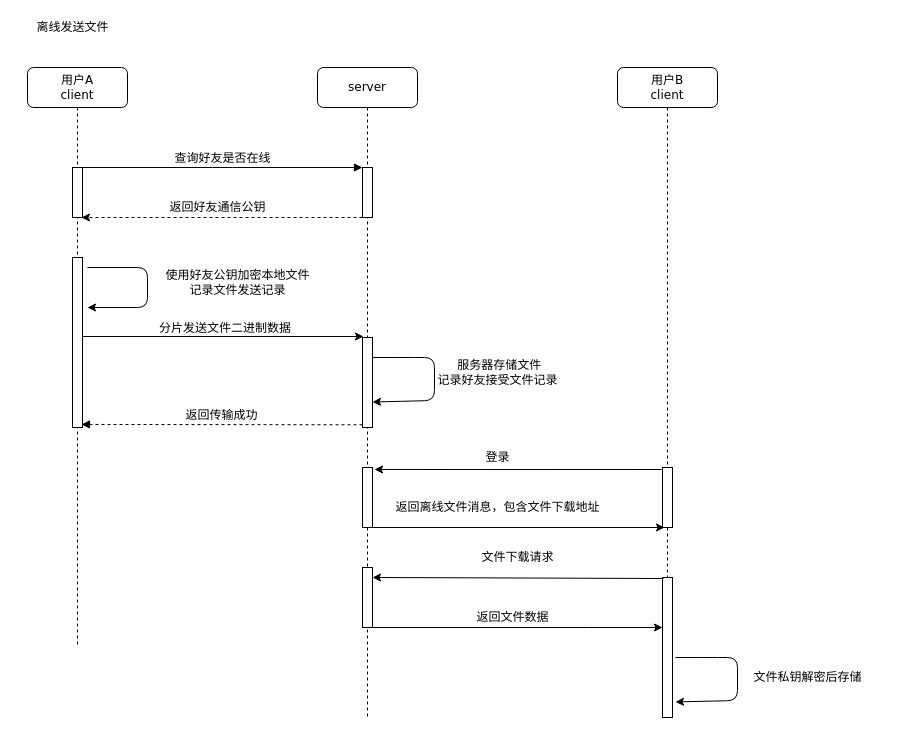
The draw.io diagram 离线时序图.drawio in Whistle1988/code, before the edit. Source tidied: cells renumbered, new cells numbered last; positions are measured from the earlier drawing's top-left corner, leaving out a move shared by most shapes. Both pictures are drawn from the tidied source at 100%, with x=0, y=0 at pixel (27, 17).
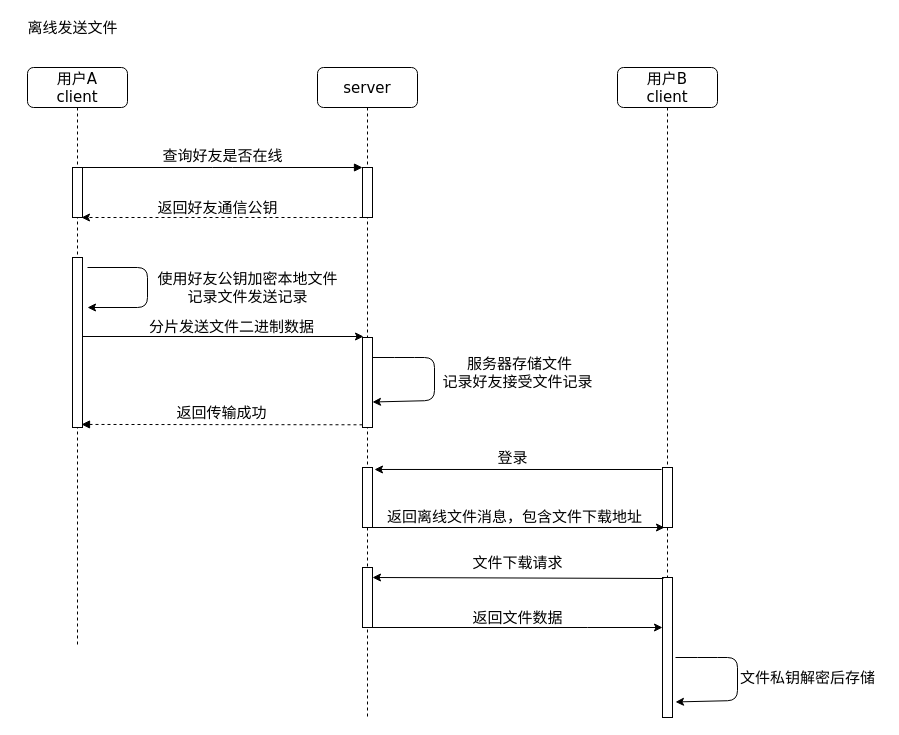
The same page after the edit.

Commit message:
Update 离线时序图.drawio

The edit, as a diff of the source:
```diff
@@
-    <mxCell id="2" value="server" style="shape=umlLifeline;perimeter=lifelinePerimeter;whiteSpace=wrap;html=1;rounded=1;shadow=0;comic=0;labelBackgroundColor=none;strokeWidth=1;fontFamily=Verdana;fontSize=12;align=center;" parent="1" vertex="1">
+    <mxCell id="2" value="server" style="shape=umlLifeline;perimeter=lifelinePerimeter;whiteSpace=wrap;html=1;rounded=1;shadow=0;comic=0;labelBackgroundColor=none;strokeWidth=1;fontFamily=Verdana;fontSize=15;align=center;" parent="1" vertex="1">
       <mxGeometry x="290" y="50" width="100" height="650" as="geometry" />
     </mxCell>
-    <mxCell id="3" style="html=1;points=[];perimeter=orthogonalPerimeter;rounded=0;shadow=0;comic=0;labelBackgroundColor=none;strokeWidth=1;fontFamily=Verdana;fontSize=12;align=center;" parent="2" vertex="1">
+    <mxCell id="3" style="html=1;points=[];perimeter=orthogonalPerimeter;rounded=0;shadow=0;comic=0;labelBackgroundColor=none;strokeWidth=1;fontFamily=Verdana;fontSize=15;align=center;" parent="2" vertex="1">
       <mxGeometry x="45" y="100" width="10" height="50" as="geometry" />
     </mxCell>
-    <mxCell id="4" style="html=1;points=[];perimeter=orthogonalPerimeter;rounded=0;shadow=0;comic=0;labelBackgroundColor=none;strokeWidth=1;fontFamily=Verdana;fontSize=12;align=center;" parent="2" vertex="1">
+    <mxCell id="4" style="html=1;points=[];perimeter=orthogonalPerimeter;rounded=0;shadow=0;comic=0;labelBackgroundColor=none;strokeWidth=1;fontFamily=Verdana;fontSize=15;align=center;" parent="2" vertex="1">
       <mxGeometry x="45" y="270" width="10" height="90" as="geometry" />
     </mxCell>
-    <mxCell id="5" style="html=1;points=[];perimeter=orthogonalPerimeter;rounded=0;shadow=0;comic=0;labelBackgroundColor=none;strokeWidth=1;fontFamily=Verdana;fontSize=12;align=center;" parent="2" vertex="1">
+    <mxCell id="5" style="html=1;points=[];perimeter=orthogonalPerimeter;rounded=0;shadow=0;comic=0;labelBackgroundColor=none;strokeWidth=1;fontFamily=Verdana;fontSize=15;align=center;" parent="2" vertex="1">
       <mxGeometry x="45" y="400" width="10" height="60" as="geometry" />
     </mxCell>
-    <mxCell id="6" value="用户B&lt;br&gt;client" style="shape=umlLifeline;perimeter=lifelinePerimeter;whiteSpace=wrap;html=1;rounded=1;shadow=0;comic=0;labelBackgroundColor=none;strokeWidth=1;fontFamily=Verdana;fontSize=12;align=center;" parent="1" vertex="1">
+    <mxCell id="6" value="用户B&lt;br style=&quot;font-size: 15px;&quot;&gt;client" style="shape=umlLifeline;perimeter=lifelinePerimeter;whiteSpace=wrap;html=1;rounded=1;shadow=0;comic=0;labelBackgroundColor=none;strokeWidth=1;fontFamily=Verdana;fontSize=15;align=center;" parent="1" vertex="1">
       <mxGeometry x="590" y="50" width="100" height="610" as="geometry" />
     </mxCell>
-    <mxCell id="7" style="html=1;points=[];perimeter=orthogonalPerimeter;rounded=0;shadow=0;comic=0;labelBackgroundColor=none;strokeWidth=1;fontFamily=Verdana;fontSize=12;align=center;" parent="6" vertex="1">
+    <mxCell id="7" style="html=1;points=[];perimeter=orthogonalPerimeter;rounded=0;shadow=0;comic=0;labelBackgroundColor=none;strokeWidth=1;fontFamily=Verdana;fontSize=15;align=center;" parent="6" vertex="1">
       <mxGeometry x="45" y="400" width="10" height="60" as="geometry" />
     </mxCell>
-    <mxCell id="8" value="用户A&lt;br&gt;client" style="shape=umlLifeline;perimeter=lifelinePerimeter;whiteSpace=wrap;html=1;rounded=1;shadow=0;comic=0;labelBackgroundColor=none;strokeWidth=1;fontFamily=Verdana;fontSize=12;align=center;" parent="1" vertex="1">
+    <mxCell id="8" value="用户A&lt;br style=&quot;font-size: 15px;&quot;&gt;client" style="shape=umlLifeline;perimeter=lifelinePerimeter;whiteSpace=wrap;html=1;rounded=1;shadow=0;comic=0;labelBackgroundColor=none;strokeWidth=1;fontFamily=Verdana;fontSize=15;align=center;" parent="1" vertex="1">
       <mxGeometry y="50" width="100" height="580" as="geometry" />
     </mxCell>
-    <mxCell id="9" style="html=1;points=[];perimeter=orthogonalPerimeter;rounded=0;shadow=0;comic=0;labelBackgroundColor=none;strokeWidth=1;fontFamily=Verdana;fontSize=12;align=center;" parent="8" vertex="1">
+    <mxCell id="9" style="html=1;points=[];perimeter=orthogonalPerimeter;rounded=0;shadow=0;comic=0;labelBackgroundColor=none;strokeWidth=1;fontFamily=Verdana;fontSize=15;align=center;" parent="8" vertex="1">
       <mxGeometry x="45" y="100" width="10" height="50" as="geometry" />
     </mxCell>
-    <mxCell id="10" style="html=1;points=[];perimeter=orthogonalPerimeter;rounded=0;shadow=0;comic=0;labelBackgroundColor=none;strokeWidth=1;fontFamily=Verdana;fontSize=12;align=center;" parent="8" vertex="1">
+    <mxCell id="10" style="html=1;points=[];perimeter=orthogonalPerimeter;rounded=0;shadow=0;comic=0;labelBackgroundColor=none;strokeWidth=1;fontFamily=Verdana;fontSize=15;align=center;" parent="8" vertex="1">
       <mxGeometry x="45" y="190" width="10" height="170" as="geometry" />
     </mxCell>
-    <mxCell id="11" value="查询好友是否在线" style="html=1;verticalAlign=bottom;endArrow=block;entryX=0;entryY=0;labelBackgroundColor=none;fontFamily=Verdana;fontSize=12;edgeStyle=elbowEdgeStyle;elbow=vertical;" parent="1" edge="1" source="9" target="3">
+    <mxCell id="11" value="查询好友是否在线" style="html=1;verticalAlign=bottom;endArrow=block;entryX=0;entryY=0;labelBackgroundColor=none;fontFamily=Verdana;fontSize=15;edgeStyle=elbowEdgeStyle;elbow=vertical;" parent="1" edge="1" source="9" target="3">
       <mxGeometry relative="1" as="geometry" />
     </mxCell>
-    <mxCell id="12" value="离线发送文件" style="text;html=1;align=center;verticalAlign=middle;" parent="1" vertex="1">
-      <mxGeometry width="90" height="20" as="geometry" />
+    <mxCell id="12" value="离线发送文件" style="text;html=1;align=center;verticalAlign=middle;fontSize=15;" parent="1" vertex="1">
+      <mxGeometry x="-10" width="110" height="20" as="geometry" />
     </mxCell>
-    <mxCell id="13" style="edgeStyle=orthogonalEdgeStyle;rounded=0;jettySize=auto;html=1;dashed=1;" parent="1" edge="1" source="3">
+    <mxCell id="13" style="edgeStyle=orthogonalEdgeStyle;rounded=0;jettySize=auto;html=1;dashed=1;fontSize=15;" parent="1" edge="1" source="3">
       <mxGeometry relative="1" as="geometry">
         <mxPoint x="54" y="200" as="targetPoint" />
         <Array as="points">
           <mxPoint x="280" y="200" />
           <mxPoint x="280" y="200" />
         </Array>
       </mxGeometry>
     </mxCell>
-    <mxCell id="14" value="返回好友通信公钥" style="text;html=1;align=center;verticalAlign=middle;" parent="1" vertex="1">
-      <mxGeometry x="135" y="180" width="110" height="20" as="geometry" />
+    <mxCell id="14" value="返回好友通信公钥" style="text;html=1;align=center;verticalAlign=middle;fontSize=15;" parent="1" vertex="1">
+      <mxGeometry x="120" y="180" width="140" height="20" as="geometry" />
     </mxCell>
-    <mxCell id="15" style="endArrow=classic;html=1;" parent="1" edge="1">
+    <mxCell id="15" style="endArrow=classic;html=1;fontSize=15;" parent="1" edge="1">
       <mxGeometry relative="1" as="geometry">
         <mxPoint x="60" y="250" as="sourcePoint" />
         <mxPoint x="60" y="290" as="targetPoint" />
         <Array as="points">
           <mxPoint x="120" y="250" />
           <mxPoint x="120" y="290" />
         </Array>
       </mxGeometry>
     </mxCell>
-    <mxCell id="16" value="使用好友公钥加密本地文件&lt;br&gt;记录文件发送记录" style="text;html=1;align=center;verticalAlign=middle;" parent="1" vertex="1">
-      <mxGeometry x="130" y="250" width="160" height="30" as="geometry" />
+    <mxCell id="16" value="使用好友公钥加密本地文件&lt;br style=&quot;font-size: 15px;&quot;&gt;记录文件发送记录" style="text;html=1;align=center;verticalAlign=middle;fontSize=15;" parent="1" vertex="1">
+      <mxGeometry x="120" y="250" width="200" height="40" as="geometry" />
     </mxCell>
-    <mxCell id="17" style="endArrow=classic;html=1;entryX=0.1;entryY=0.08;entryDx=0;entryDy=0;entryPerimeter=0;" parent="1" edge="1">
+    <mxCell id="17" style="endArrow=classic;html=1;entryX=0.1;entryY=0.08;entryDx=0;entryDy=0;entryPerimeter=0;fontSize=15;" parent="1" edge="1">
       <mxGeometry relative="1" as="geometry">
         <mxPoint x="55" y="319" as="sourcePoint" />
         <mxPoint x="336" y="319" as="targetPoint" />
       </mxGeometry>
     </mxCell>
-    <mxCell id="18" value="&lt;div style=&quot;text-align: center&quot;&gt;&lt;span&gt;&lt;font face=&quot;verdana&quot;&gt;分片发送文件二进制数据&lt;/font&gt;&lt;/span&gt;&lt;/div&gt;" style="text;whiteSpace=wrap;html=1;" parent="1" vertex="1">
-      <mxGeometry x="130" y="297" width="260" height="30" as="geometry" />
+    <mxCell id="18" value="&lt;div style=&quot;text-align: center; font-size: 15px;&quot;&gt;&lt;span style=&quot;font-size: 15px;&quot;&gt;&lt;font face=&quot;verdana&quot; style=&quot;font-size: 15px;&quot;&gt;分片发送文件二进制数据&lt;/font&gt;&lt;/span&gt;&lt;/div&gt;" style="text;whiteSpace=wrap;html=1;fontSize=15;" parent="1" vertex="1">
+      <mxGeometry x="120" y="294" width="260" height="30" as="geometry" />
     </mxCell>
-    <mxCell id="19" value="返回传输成功" style="html=1;verticalAlign=bottom;endArrow=block;labelBackgroundColor=none;fontFamily=Verdana;fontSize=12;dashed=1;entryX=0.9;entryY=0.982;entryDx=0;entryDy=0;entryPerimeter=0;exitX=0;exitY=0.97;exitDx=0;exitDy=0;exitPerimeter=0;" parent="1" edge="1" source="4" target="10">
+    <mxCell id="19" value="返回传输成功" style="html=1;verticalAlign=bottom;endArrow=block;labelBackgroundColor=none;fontFamily=Verdana;fontSize=15;dashed=1;entryX=0.9;entryY=0.982;entryDx=0;entryDy=0;entryPerimeter=0;exitX=0;exitY=0.97;exitDx=0;exitDy=0;exitPerimeter=0;" parent="1" edge="1" source="4" target="10">
       <mxGeometry relative="1" as="geometry" />
     </mxCell>
-    <mxCell id="20" value="&amp;nbsp;服务器存储文件&lt;br&gt;记录好友接受文件记录" style="text;html=1;align=center;verticalAlign=middle;" parent="1" vertex="1">
-      <mxGeometry x="400" y="340" width="140" height="30" as="geometry" />
+    <mxCell id="20" value="&amp;nbsp;服务器存储文件&lt;br style=&quot;font-size: 15px;&quot;&gt;记录好友接受文件记录" style="text;html=1;align=center;verticalAlign=middle;fontSize=15;" parent="1" vertex="1">
+      <mxGeometry x="405" y="335" width="170" height="40" as="geometry" />
     </mxCell>
-    <mxCell id="21" style="endArrow=classic;html=1;entryX=1.2;entryY=0.033;entryDx=0;entryDy=0;entryPerimeter=0;" parent="1" edge="1" target="5">
+    <mxCell id="21" style="endArrow=classic;html=1;entryX=1.2;entryY=0.033;entryDx=0;entryDy=0;entryPerimeter=0;fontSize=15;" parent="1" edge="1" target="5">
       <mxGeometry relative="1" as="geometry">
         <mxPoint x="634" y="452" as="sourcePoint" />
       </mxGeometry>
     </mxCell>
-    <mxCell id="22" value="登录" style="text;html=1;align=center;verticalAlign=middle;" parent="1" vertex="1">
-      <mxGeometry x="450" y="430" width="40" height="20" as="geometry" />
+    <mxCell id="22" value="登录" style="text;html=1;align=center;verticalAlign=middle;fontSize=15;" parent="1" vertex="1">
+      <mxGeometry x="460" y="430" width="50" height="20" as="geometry" />
     </mxCell>
-    <mxCell id="23" style="endArrow=classic;html=1;exitX=1;exitY=1;exitDx=0;exitDy=0;exitPerimeter=0;entryX=0.2;entryY=1;entryDx=0;entryDy=0;entryPerimeter=0;" parent="1" edge="1" source="5" target="7">
+    <mxCell id="23" style="endArrow=classic;html=1;exitX=1;exitY=1;exitDx=0;exitDy=0;exitPerimeter=0;entryX=0.2;entryY=1;entryDx=0;entryDy=0;entryPerimeter=0;fontSize=15;" parent="1" edge="1" source="5" target="7">
       <mxGeometry relative="1" as="geometry" />
     </mxCell>
-    <mxCell id="24" value="返回离线文件消息，包含文件下载地址" style="text;html=1;align=center;verticalAlign=middle;" parent="1" vertex="1">
-      <mxGeometry x="360" y="480" width="220" height="20" as="geometry" />
+    <mxCell id="24" value="返回离线文件消息，包含文件下载地址" style="text;html=1;align=center;verticalAlign=middle;fontSize=15;" parent="1" vertex="1">
+      <mxGeometry x="352" y="489" width="270" height="20" as="geometry" />
     </mxCell>
-    <mxCell id="25" style="html=1;points=[];perimeter=orthogonalPerimeter;rounded=0;shadow=0;comic=0;labelBackgroundColor=none;strokeWidth=1;fontFamily=Verdana;fontSize=12;align=center;" parent="1" vertex="1">
+    <mxCell id="25" style="html=1;points=[];perimeter=orthogonalPerimeter;rounded=0;shadow=0;comic=0;labelBackgroundColor=none;strokeWidth=1;fontFamily=Verdana;fontSize=15;align=center;" parent="1" vertex="1">
       <mxGeometry x="635" y="560" width="10" height="140" as="geometry" />
     </mxCell>
-    <mxCell id="26" style="edgeStyle=orthogonalEdgeStyle;rounded=0;jettySize=auto;html=1;" parent="1" edge="1" source="27" target="25">
+    <mxCell id="26" style="edgeStyle=orthogonalEdgeStyle;rounded=0;jettySize=auto;html=1;fontSize=15;" parent="1" edge="1" source="27" target="25">
       <mxGeometry relative="1" as="geometry">
         <Array as="points">
           <mxPoint x="560" y="610" />
           <mxPoint x="560" y="610" />
         </Array>
       </mxGeometry>
     </mxCell>
-    <mxCell id="27" style="html=1;points=[];perimeter=orthogonalPerimeter;rounded=0;shadow=0;comic=0;labelBackgroundColor=none;strokeWidth=1;fontFamily=Verdana;fontSize=12;align=center;" parent="1" vertex="1">
+    <mxCell id="27" style="html=1;points=[];perimeter=orthogonalPerimeter;rounded=0;shadow=0;comic=0;labelBackgroundColor=none;strokeWidth=1;fontFamily=Verdana;fontSize=15;align=center;" parent="1" vertex="1">
       <mxGeometry x="335" y="550" width="10" height="60" as="geometry" />
     </mxCell>
-    <mxCell id="28" style="endArrow=classic;html=1;entryX=0.8;entryY=0;entryDx=0;entryDy=0;entryPerimeter=0;" parent="1" edge="1">
+    <mxCell id="28" style="endArrow=classic;html=1;entryX=0.8;entryY=0;entryDx=0;entryDy=0;entryPerimeter=0;fontSize=15;" parent="1" edge="1">
       <mxGeometry relative="1" as="geometry">
         <mxPoint x="636" y="561" as="sourcePoint" />
         <mxPoint x="345" y="560" as="targetPoint" />
       </mxGeometry>
     </mxCell>
-    <mxCell id="29" style="endArrow=classic;html=1;entryX=1.3;entryY=0.889;entryDx=0;entryDy=0;entryPerimeter=0;" parent="1" edge="1" target="25">
+    <mxCell id="29" style="endArrow=classic;html=1;entryX=1.3;entryY=0.889;entryDx=0;entryDy=0;entryPerimeter=0;fontSize=15;" parent="1" edge="1" target="25">
       <mxGeometry relative="1" as="geometry">
         <mxPoint x="648" y="640" as="sourcePoint" />
         <Array as="points">
           <mxPoint x="680" y="640" />
           <mxPoint x="710" y="640" />
           <mxPoint x="710" y="683" />
         </Array>
       </mxGeometry>
     </mxCell>
-    <mxCell id="30" value="文件下载请求" style="text;html=1;align=center;verticalAlign=middle;" parent="1" vertex="1">
-      <mxGeometry x="445" y="530" width="90" height="20" as="geometry" />
+    <mxCell id="30" value="文件下载请求" style="text;html=1;align=center;verticalAlign=middle;fontSize=15;" parent="1" vertex="1">
+      <mxGeometry x="435" y="535" width="110" height="20" as="geometry" />
     </mxCell>
-    <mxCell id="31" value="文件私钥解密后存储" style="text;html=1;align=center;verticalAlign=middle;" parent="1" vertex="1">
-      <mxGeometry x="720" y="650" width="120" height="20" as="geometry" />
+    <mxCell id="31" value="文件私钥解密后存储" style="text;html=1;align=center;verticalAlign=middle;fontSize=15;" parent="1" vertex="1">
+      <mxGeometry x="705" y="650" width="150" height="20" as="geometry" />
     </mxCell>
-    <mxCell id="32" value="返回文件数据" style="text;html=1;align=center;verticalAlign=middle;" parent="1" vertex="1">
-      <mxGeometry x="440" y="590" width="90" height="20" as="geometry" />
+    <mxCell id="32" value="返回文件数据" style="text;html=1;align=center;verticalAlign=middle;fontSize=15;" parent="1" vertex="1">
+      <mxGeometry x="435" y="590" width="110" height="20" as="geometry" />
     </mxCell>
-    <mxCell id="33" style="endArrow=classic;html=1;entryX=1.3;entryY=0.889;entryDx=0;entryDy=0;entryPerimeter=0;" parent="1" edge="1">
+    <mxCell id="33" style="endArrow=classic;html=1;entryX=1.3;entryY=0.889;entryDx=0;entryDy=0;entryPerimeter=0;fontSize=15;" parent="1" edge="1">
       <mxGeometry relative="1" as="geometry">
         <mxPoint x="345" y="340" as="sourcePoint" />
         <mxPoint x="345" y="384.5" as="targetPoint" />
         <Array as="points">
           <mxPoint x="377" y="340" />
           <mxPoint x="407" y="340" />
           <mxPoint x="407" y="383" />
         </Array>
       </mxGeometry>
     </mxCell>
```
